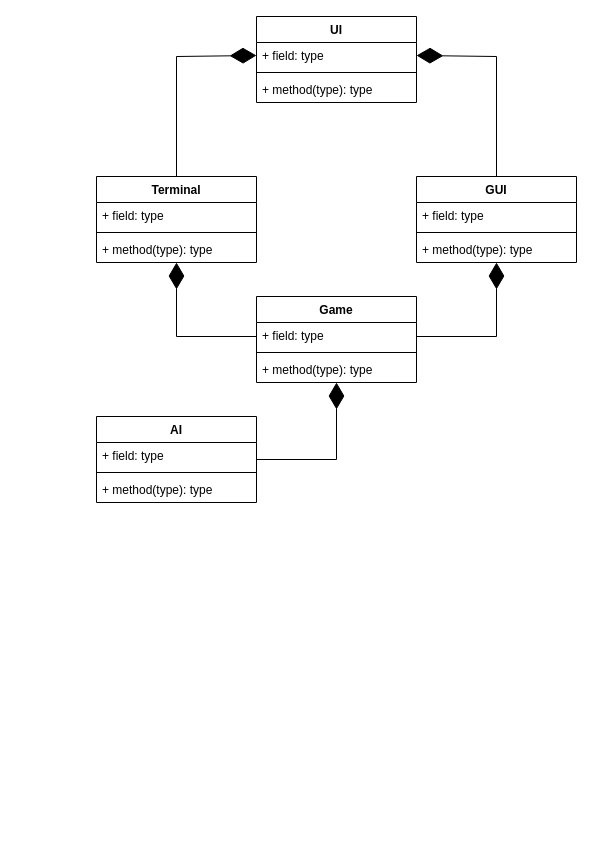
Rufushwilliams/NEA---MasterMind keeps this draw.io diagram as Software Object diagram.drawio. Above is the earlier version. Source tidied: cells renumbered, new cells numbered last; positions are measured from the earlier drawing's top-left corner, leaving out a move shared by most shapes. Both pictures are drawn from the tidied source at 100%, with x=0, y=0 at pixel (96, 16).
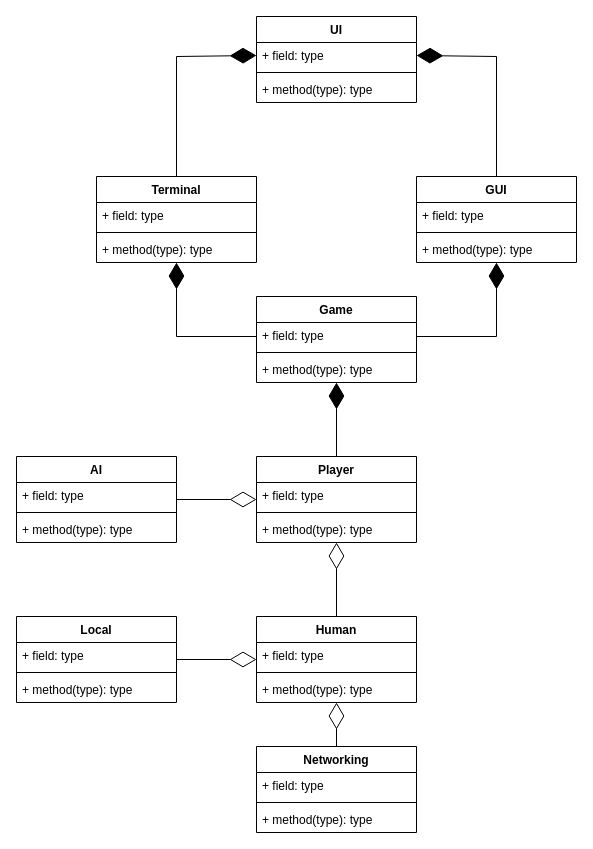
Above is the later version.

Unchanged cells that the change refers to:
```xml
<mxCell id="2" value="Game" style="swimlane;fontStyle=1;align=center;verticalAlign=top;horizontal=1;startSize=26;" parent="1" vertex="1">
  <mxGeometry x="160" y="280" width="160" height="86" as="geometry" />
</mxCell>
```

What changed in the source:
```diff
@@
     <mxCell id="22" value="AI" style="swimlane;fontStyle=1;align=center;verticalAlign=top;horizontal=1;startSize=26;" parent="1" vertex="1">
-      <mxGeometry y="400" width="160" height="86" as="geometry" />
+      <mxGeometry x="-80" y="440" width="160" height="86" as="geometry" />
     </mxCell>
@@
-    <mxCell id="26" style="endArrow=diamondThin;endFill=1;endSize=24;html=1;rounded=0;" parent="1" edge="1" source="22" target="2">
+    <mxCell id="26" style="endArrow=diamondThin;endFill=1;endSize=24;html=1;rounded=0;exitX=0.5;exitY=0;exitDx=0;exitDy=0;" parent="1" edge="1" source="27" target="2">
       <mxGeometry relative="1" as="geometry">
         <Array as="points">
           <mxPoint x="240" y="443" />
         </Array>
       </mxGeometry>
     </mxCell>
+    <mxCell id="27" value="Player" style="swimlane;fontStyle=1;align=center;verticalAlign=top;horizontal=1;startSize=26;" parent="1" vertex="1">
+      <mxGeometry x="160" y="440" width="160" height="86" as="geometry" />
+    </mxCell>
+    <mxCell id="28" value="+ field: type" style="text;strokeColor=none;fillColor=none;align=left;verticalAlign=top;spacingLeft=4;spacingRight=4;overflow=hidden;" parent="27" vertex="1">
+      <mxGeometry y="26" width="160" height="26" as="geometry" />
+    </mxCell>
+    <mxCell id="29" style="line;strokeWidth=1;fillColor=none;align=left;verticalAlign=middle;spacingTop=-1;spacingLeft=3;spacingRight=3;labelPosition=right;" parent="27" vertex="1">
+      <mxGeometry y="52" width="160" height="8" as="geometry" />
+    </mxCell>
+    <mxCell id="30" value="+ method(type): type" style="text;strokeColor=none;fillColor=none;align=left;verticalAlign=top;spacingLeft=4;spacingRight=4;overflow=hidden;" parent="27" vertex="1">
+      <mxGeometry y="60" width="160" height="26" as="geometry" />
+    </mxCell>
+    <mxCell id="31" value="Human" style="swimlane;fontStyle=1;align=center;verticalAlign=top;horizontal=1;startSize=26;" parent="1" vertex="1">
+      <mxGeometry x="160" y="600" width="160" height="86" as="geometry" />
+    </mxCell>
+    <mxCell id="32" value="+ field: type" style="text;strokeColor=none;fillColor=none;align=left;verticalAlign=top;spacingLeft=4;spacingRight=4;overflow=hidden;" parent="31" vertex="1">
+      <mxGeometry y="26" width="160" height="26" as="geometry" />
+    </mxCell>
+    <mxCell id="33" style="line;strokeWidth=1;fillColor=none;align=left;verticalAlign=middle;spacingTop=-1;spacingLeft=3;spacingRight=3;labelPosition=right;" parent="31" vertex="1">
+      <mxGeometry y="52" width="160" height="8" as="geometry" />
+    </mxCell>
+    <mxCell id="34" value="+ method(type): type" style="text;strokeColor=none;fillColor=none;align=left;verticalAlign=top;spacingLeft=4;spacingRight=4;overflow=hidden;" parent="31" vertex="1">
+      <mxGeometry y="60" width="160" height="26" as="geometry" />
+    </mxCell>
+    <mxCell id="35" value="Networking" style="swimlane;fontStyle=1;align=center;verticalAlign=top;horizontal=1;startSize=26;" parent="1" vertex="1">
+      <mxGeometry x="160" y="730" width="160" height="86" as="geometry" />
+    </mxCell>
+    <mxCell id="36" value="+ field: type" style="text;strokeColor=none;fillColor=none;align=left;verticalAlign=top;spacingLeft=4;spacingRight=4;overflow=hidden;" parent="35" vertex="1">
+      <mxGeometry y="26" width="160" height="26" as="geometry" />
+    </mxCell>
+    <mxCell id="37" style="line;strokeWidth=1;fillColor=none;align=left;verticalAlign=middle;spacingTop=-1;spacingLeft=3;spacingRight=3;labelPosition=right;" parent="35" vertex="1">
+      <mxGeometry y="52" width="160" height="8" as="geometry" />
+    </mxCell>
+    <mxCell id="38" value="+ method(type): type" style="text;strokeColor=none;fillColor=none;align=left;verticalAlign=top;spacingLeft=4;spacingRight=4;overflow=hidden;" parent="35" vertex="1">
+      <mxGeometry y="60" width="160" height="26" as="geometry" />
+    </mxCell>
+    <mxCell id="39" style="endArrow=diamondThin;endFill=0;endSize=24;html=1;rounded=0;" parent="1" edge="1" source="22" target="27">
+      <mxGeometry relative="1" as="geometry" />
+    </mxCell>
+    <mxCell id="40" style="endArrow=diamondThin;endFill=0;endSize=24;html=1;rounded=0;" parent="1" edge="1" source="31" target="27">
+      <mxGeometry relative="1" as="geometry" />
+    </mxCell>
+    <mxCell id="41" style="endArrow=diamondThin;endFill=0;endSize=24;html=1;rounded=0;" parent="1" edge="1" source="35" target="31">
+      <mxGeometry relative="1" as="geometry" />
+    </mxCell>
+    <mxCell id="42" value="Local" style="swimlane;fontStyle=1;align=center;verticalAlign=top;horizontal=1;startSize=26;" parent="1" vertex="1">
+      <mxGeometry x="-80" y="600" width="160" height="86" as="geometry" />
+    </mxCell>
+    <mxCell id="43" value="+ field: type" style="text;strokeColor=none;fillColor=none;align=left;verticalAlign=top;spacingLeft=4;spacingRight=4;overflow=hidden;" parent="42" vertex="1">
+      <mxGeometry y="26" width="160" height="26" as="geometry" />
+    </mxCell>
+    <mxCell id="44" style="line;strokeWidth=1;fillColor=none;align=left;verticalAlign=middle;spacingTop=-1;spacingLeft=3;spacingRight=3;labelPosition=right;" parent="42" vertex="1">
+      <mxGeometry y="52" width="160" height="8" as="geometry" />
+    </mxCell>
+    <mxCell id="45" value="+ method(type): type" style="text;strokeColor=none;fillColor=none;align=left;verticalAlign=top;spacingLeft=4;spacingRight=4;overflow=hidden;" parent="42" vertex="1">
+      <mxGeometry y="60" width="160" height="26" as="geometry" />
+    </mxCell>
+    <mxCell id="46" style="endArrow=diamondThin;endFill=0;endSize=24;html=1;rounded=0;" parent="1" edge="1" source="42" target="31">
+      <mxGeometry relative="1" as="geometry" />
+    </mxCell>
```
